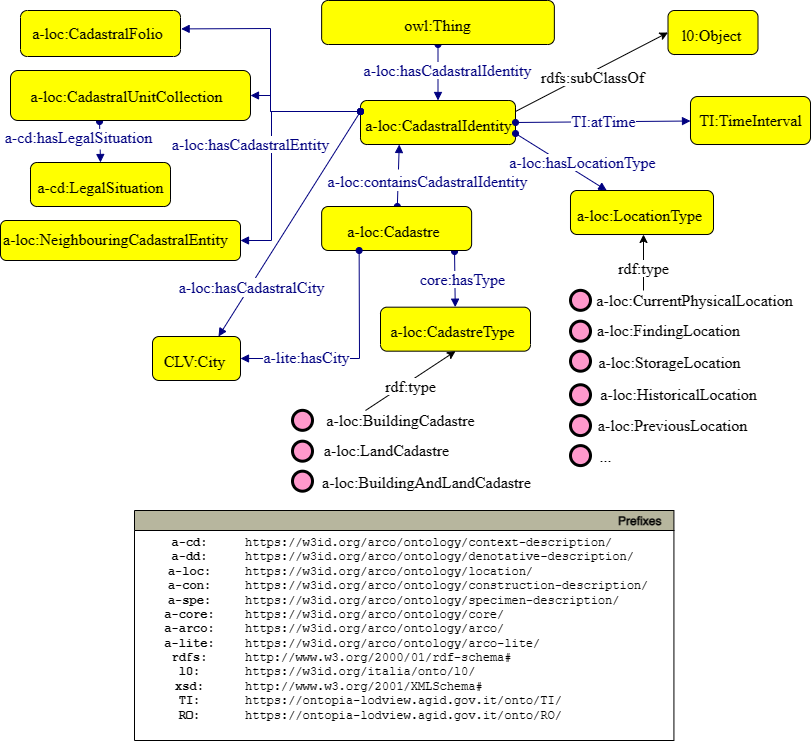
ICCD-MiBACT/ArCo keeps this draw.io diagram as ArCo-release/test/2.0/CadastralIdentity/CadastralIdentity-Pattern.drawio.png. Above is the earlier version. Source tidied: cells renumbered, new cells last; positions are measured from the earlier drawing's top-left corner, leaving out a move shared by most shapes.
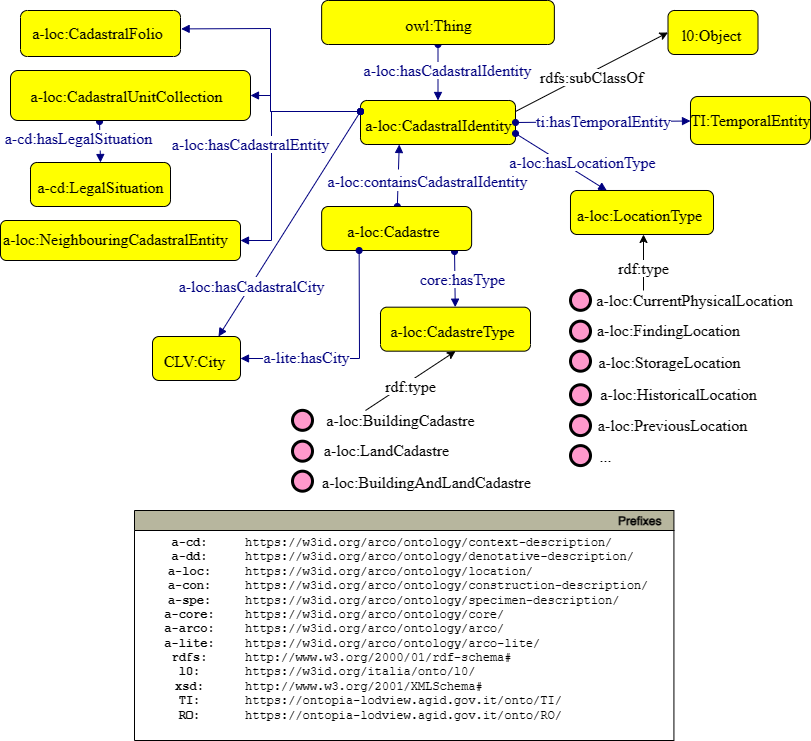
The same diagram one commit later.

The edit, as a diff of the source:
```diff
@@ -249,11 +249,11 @@
     <mxCell id="67" value="&lt;span style=&quot;color: rgb(0, 0, 128); font-family: dialog; font-size: 16px; background-color: rgb(255, 153, 153);&quot;&gt;a-lite:hasCity&lt;/span&gt;" style="edgeLabel;html=1;align=center;verticalAlign=middle;" parent="66" vertex="1">
       <mxGeometry x="0.42" y="-2" relative="1" as="geometry" />
     </mxCell>
-    <mxCell id="68" value="&lt;font style=&quot;font-size: 16px&quot; face=&quot;dialog&quot; color=&quot;#000080&quot;&gt;TI:atTime&lt;/font&gt;" style="graphMlID=e0;rounded=0;endArrow=block;strokeColor=#000080;strokeWidth=1.0;startArrow=oval;startFill=1;endFill=1;fontFamily=Helvetica;fontSize=11;fontColor=#000000;align=center;html=1;exitX=1;exitY=0.5;exitDx=0;exitDy=0;" parent="1" edge="1" source="4" target="69">
+    <mxCell id="68" value="&lt;font style=&quot;font-size: 16px&quot; face=&quot;dialog&quot; color=&quot;#000080&quot;&gt;ti:hasTemporalEntity&lt;/font&gt;" style="graphMlID=e0;rounded=0;endArrow=block;strokeColor=#000080;strokeWidth=1.0;startArrow=oval;startFill=1;endFill=1;fontFamily=Helvetica;fontSize=11;fontColor=#000000;align=center;html=1;exitX=1;exitY=0.5;exitDx=0;exitDy=0;" parent="1" edge="1" source="4" target="69">
       <mxGeometry relative="1" as="geometry" />
     </mxCell>
-    <mxCell id="69" value="&lt;font face=&quot;dialog&quot;&gt;&lt;span style=&quot;font-size: 16px&quot;&gt;TI:TimeInterval&lt;/span&gt;&lt;/font&gt;" style="graphMlID=n4;shape=rect;rounded=1;arcsize=30;fillColor=#FFFF00;strokeColor=#000000;strokeWidth=1.0;fontFamily=Helvetica;fontSize=12;fontColor=#000000;align=center;html=1;" parent="1" vertex="1">
-      <mxGeometry x="690" y="96" width="120" height="48" as="geometry" />
+    <mxCell id="69" value="&lt;font face=&quot;dialog&quot;&gt;&lt;span style=&quot;font-size: 16px&quot;&gt;Ti:TemporalEntity&lt;/span&gt;&lt;/font&gt;" style="graphMlID=n4;shape=rect;rounded=1;arcsize=30;fillColor=#FFFF00;strokeColor=#000000;strokeWidth=1.0;fontFamily=Helvetica;fontSize=12;fontColor=#000000;align=center;html=1;" parent="1" vertex="1">
+      <mxGeometry x="690" y="96" width="130" height="48" as="geometry" />
     </mxCell>
   </root>
 </mxGraphModel>
```
